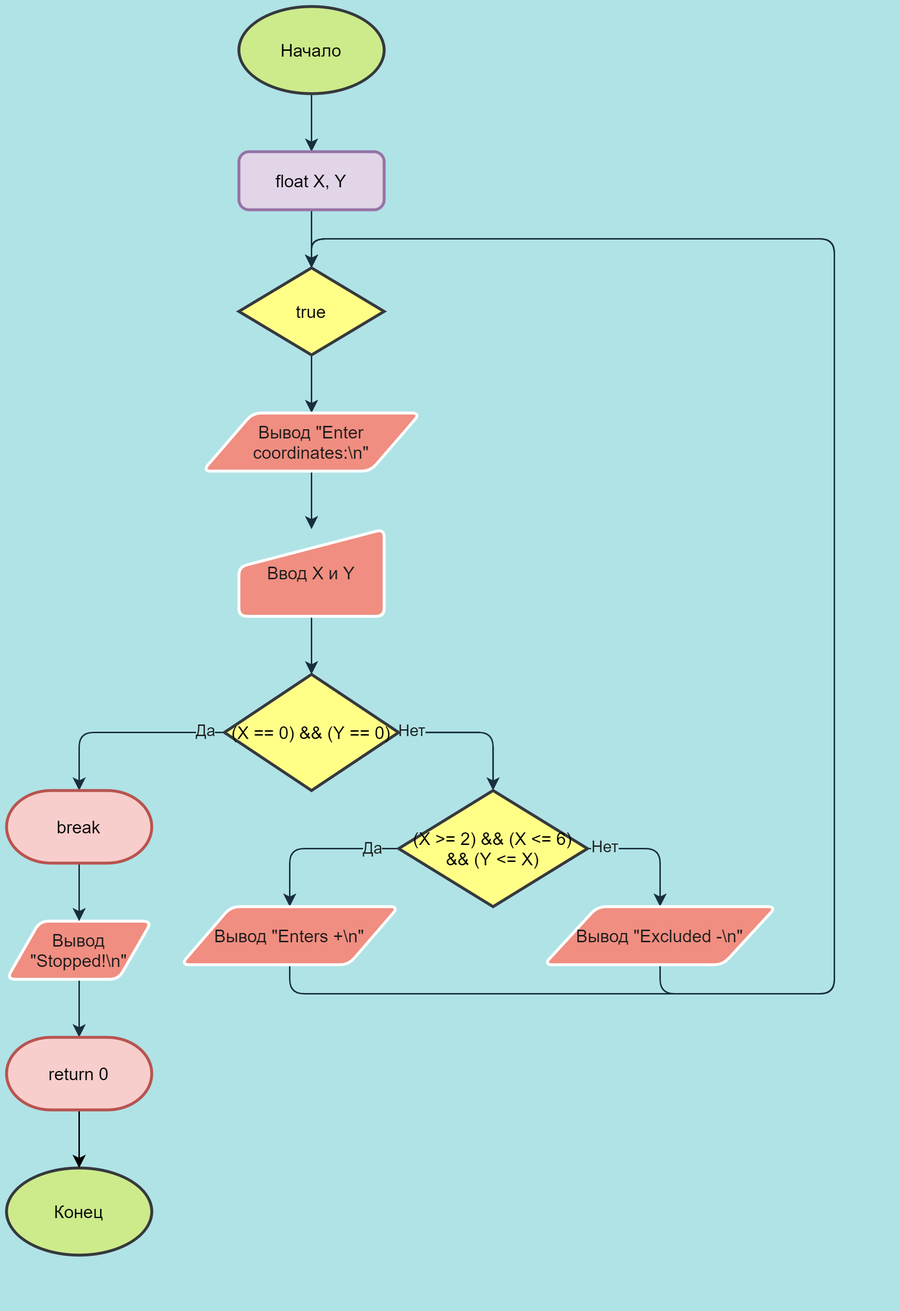
This is Lab1/flowchart.png from MoonFoxy/Programming_labs, a draw.io export, as it was before one commit. Source tidied: cells renumbered, new cells last; positions are measured from the earlier drawing's top-left corner, leaving out a move shared by most shapes.
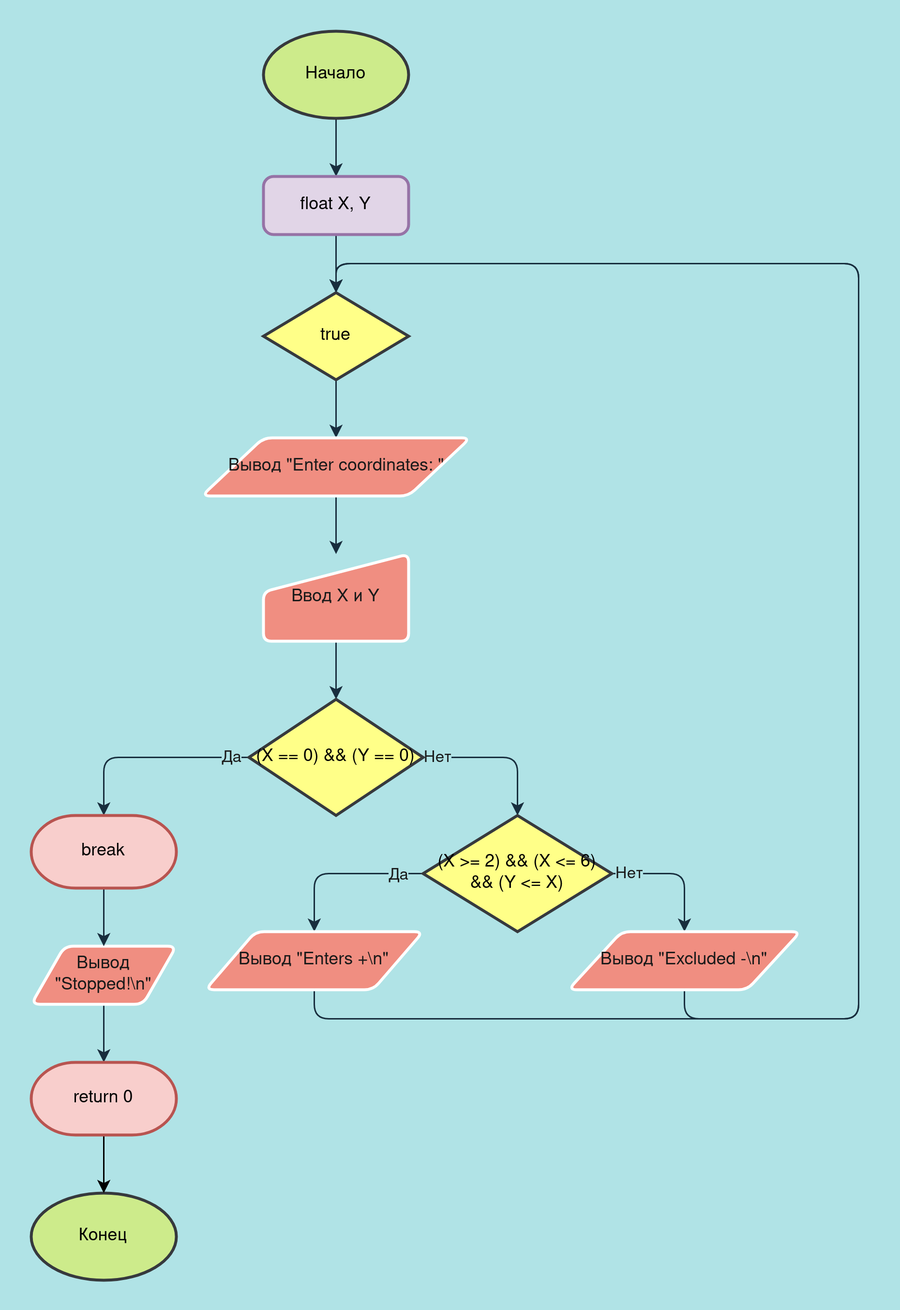
After the change.

The edit, as a diff of the source:
```diff
@@ -23,8 +23,8 @@
     <mxCell id="8" style="edgeStyle=orthogonalEdgeStyle;sketch=0;jettySize=auto;html=1;exitX=0.5;exitY=1;exitDx=0;exitDy=0;entryX=0.5;entryY=0;entryDx=0;entryDy=0;strokeColor=#182E3E;labelBackgroundColor=#B0E3E6;fontColor=#1A1A1A;" parent="1" edge="1" source="9" target="11">
       <mxGeometry relative="1" as="geometry" />
     </mxCell>
-    <mxCell id="9" value="Вывод &quot;Enter coordinates:\n&quot;" style="shape=parallelogram;html=1;strokeWidth=2;perimeter=parallelogramPerimeter;whiteSpace=wrap;arcSize=12;size=0.23;fillColor=#F08E81;fontColor=#1A1A1A;strokeColor=#FFFFFF;rounded=1;" parent="1" vertex="1">
-      <mxGeometry x="135" y="280" width="150" height="40" as="geometry" />
+    <mxCell id="9" value="Вывод &quot;Enter coordinates: &quot;" style="shape=parallelogram;html=1;strokeWidth=2;perimeter=parallelogramPerimeter;whiteSpace=wrap;arcSize=12;size=0.23;fillColor=#F08E81;fontColor=#1A1A1A;strokeColor=#FFFFFF;rounded=1;" parent="1" vertex="1">
+      <mxGeometry x="117.5" y="280" width="185" height="40" as="geometry" />
     </mxCell>
     <mxCell id="10" style="edgeStyle=orthogonalEdgeStyle;sketch=0;jettySize=auto;html=1;exitX=0.5;exitY=1;exitDx=0;exitDy=0;entryX=0.5;entryY=0;entryDx=0;entryDy=0;entryPerimeter=0;strokeColor=#182E3E;labelBackgroundColor=#B0E3E6;fontColor=#1A1A1A;" parent="1" edge="1" source="11" target="16">
       <mxGeometry relative="1" as="geometry" />
```
